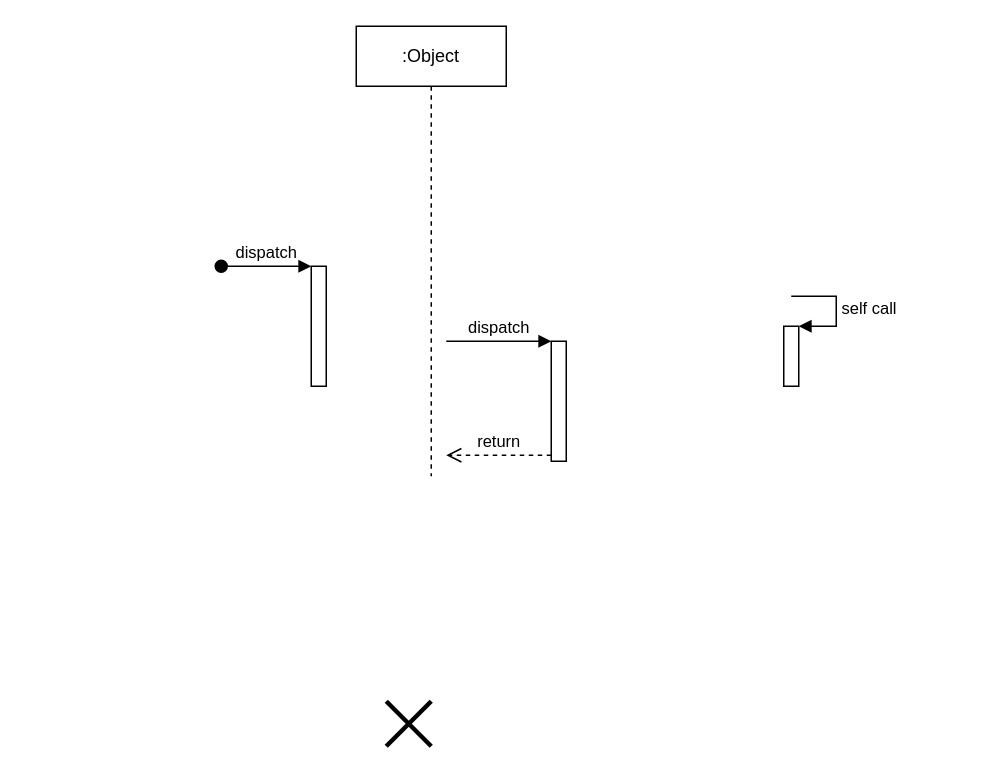
This is Diagrama de Sequência  - Atividade 04.drawio from bruniculos08/SOFT003, a draw.io file, before an edit. Source tidied: cells renumbered, new cells numbered last; positions are measured from the earlier drawing's top-left corner, leaving out a move shared by most shapes. Both pictures are drawn from the tidied source at 150%, with x=0, y=0 at pixel (220, 26).
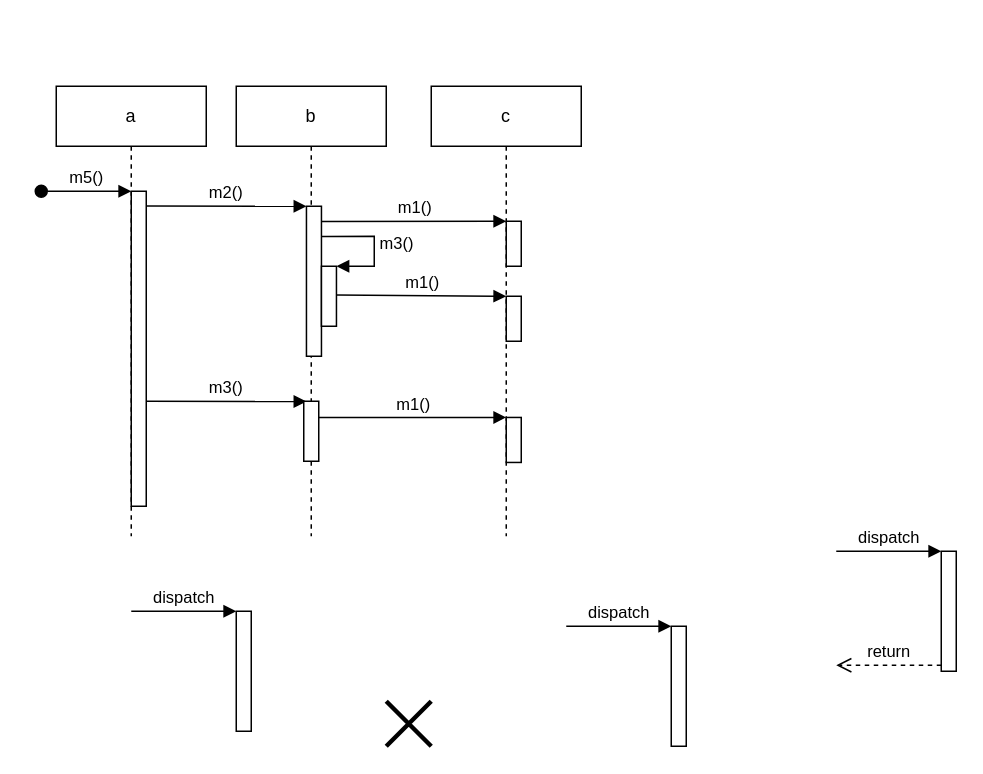
Above is the later version.

The edit, as a diff of the source:
```diff
@@
-    <mxCell id="2" style="html=1;points=[];perimeter=orthogonalPerimeter;" parent="1" vertex="1">
-      <mxGeometry x="60" y="160" width="10" height="80" as="geometry" />
-    </mxCell>
-    <mxCell id="3" value="dispatch" style="html=1;verticalAlign=bottom;startArrow=oval;endArrow=block;startSize=8;rounded=0;" parent="1" edge="1" target="2">
-      <mxGeometry relative="1" as="geometry">
-        <mxPoint y="160" as="sourcePoint" />
-      </mxGeometry>
-    </mxCell>
     <mxCell id="4" style="html=1;points=[];perimeter=orthogonalPerimeter;" parent="1" vertex="1">
-      <mxGeometry x="220" y="210" width="10" height="80" as="geometry" />
+      <mxGeometry x="480" y="350" width="10" height="80" as="geometry" />
     </mxCell>
     <mxCell id="5" value="dispatch" style="html=1;verticalAlign=bottom;endArrow=block;entryX=0;entryY=0;rounded=0;" parent="1" edge="1" target="4">
       <mxGeometry relative="1" as="geometry">
-        <mxPoint x="150" y="210" as="sourcePoint" />
+        <mxPoint x="410" y="350" as="sourcePoint" />
       </mxGeometry>
     </mxCell>
     <mxCell id="6" value="return" style="html=1;verticalAlign=bottom;endArrow=open;dashed=1;endSize=8;exitX=0;exitY=0.95;rounded=0;" parent="1" edge="1" source="4">
       <mxGeometry relative="1" as="geometry">
-        <mxPoint x="150" y="286" as="targetPoint" />
+        <mxPoint x="410" y="426" as="targetPoint" />
       </mxGeometry>
     </mxCell>
+    <mxCell id="9" style="shape=umlDestroy;whiteSpace=wrap;html=1;strokeWidth=3;" parent="1" vertex="1">
+      <mxGeometry x="110" y="450" width="30" height="30" as="geometry" />
+    </mxCell>
+    <mxCell id="10" value="a" style="shape=umlLifeline;perimeter=lifelinePerimeter;whiteSpace=wrap;html=1;" parent="1" vertex="1">
+      <mxGeometry x="-110" y="40" width="100" height="300" as="geometry" />
+    </mxCell>
+    <mxCell id="2" style="html=1;points=[];perimeter=orthogonalPerimeter;" parent="10" vertex="1">
+      <mxGeometry x="50" y="70" width="10" height="210" as="geometry" />
+    </mxCell>
+    <mxCell id="3" value="m5()" style="html=1;verticalAlign=bottom;startArrow=oval;endArrow=block;startSize=8;rounded=0;" parent="10" edge="1" target="2">
+      <mxGeometry relative="1" as="geometry">
+        <mxPoint x="-10" y="70" as="sourcePoint" />
+      </mxGeometry>
+    </mxCell>
+    <mxCell id="11" value="b" style="shape=umlLifeline;perimeter=lifelinePerimeter;whiteSpace=wrap;html=1;" parent="1" vertex="1">
+      <mxGeometry x="10" y="40" width="100" height="300" as="geometry" />
+    </mxCell>
+    <mxCell id="12" style="html=1;points=[];perimeter=orthogonalPerimeter;" parent="11" vertex="1">
+      <mxGeometry x="46.8" y="80" width="10" height="100" as="geometry" />
+    </mxCell>
-    <mxCell id="7" style="html=1;points=[];perimeter=orthogonalPerimeter;" parent="1" vertex="1">
-      <mxGeometry x="375" y="200" width="10" height="40" as="geometry" />
+    <mxCell id="7" style="html=1;points=[];perimeter=orthogonalPerimeter;" parent="11" vertex="1">
+      <mxGeometry x="56.8" y="120" width="10" height="40" as="geometry" />
     </mxCell>
-    <mxCell id="8" value="self call" style="edgeStyle=orthogonalEdgeStyle;html=1;align=left;spacingLeft=2;endArrow=block;rounded=0;entryX=1;entryY=0;" parent="1" edge="1" target="7">
+    <mxCell id="8" value="m3()" style="edgeStyle=orthogonalEdgeStyle;html=1;align=left;spacingLeft=2;endArrow=block;rounded=0;entryX=1;entryY=0;exitX=1.013;exitY=0.202;exitDx=0;exitDy=0;exitPerimeter=0;" parent="11" edge="1" source="12" target="7">
       <mxGeometry relative="1" as="geometry">
-        <mxPoint x="380" y="180" as="sourcePoint" />
         <Array as="points">
-          <mxPoint x="410" y="180" />
+          <mxPoint x="60" y="100" />
+          <mxPoint x="92" y="100" />
+          <mxPoint x="92" y="120" />
         </Array>
       </mxGeometry>
     </mxCell>
-    <mxCell id="9" style="shape=umlDestroy;whiteSpace=wrap;html=1;strokeWidth=3;" parent="1" vertex="1">
-      <mxGeometry x="110" y="450" width="30" height="30" as="geometry" />
-    </mxCell>
-    <mxCell id="10" value=":Object" style="shape=umlLifeline;perimeter=lifelinePerimeter;whiteSpace=wrap;html=1;" parent="1" vertex="1">
-      <mxGeometry x="90" width="100" height="300" as="geometry" />
-    </mxCell>
+    <mxCell id="13" value="m3()" style="html=1;verticalAlign=bottom;endArrow=block;entryX=0;entryY=0;rounded=0;exitX=1.32;exitY=-0.003;exitDx=0;exitDy=0;exitPerimeter=0;" parent="11" edge="1">
+      <mxGeometry relative="1" as="geometry">
+        <mxPoint x="-60" y="210" as="sourcePoint" />
+        <mxPoint x="46.8" y="210.2" as="targetPoint" />
+      </mxGeometry>
+    </mxCell>
+    <mxCell id="14" style="html=1;points=[];perimeter=orthogonalPerimeter;" parent="11" vertex="1">
+      <mxGeometry x="45" y="210" width="10" height="40" as="geometry" />
+    </mxCell>
+    <mxCell id="15" value="c" style="shape=umlLifeline;perimeter=lifelinePerimeter;whiteSpace=wrap;html=1;" parent="1" vertex="1">
+      <mxGeometry x="140" y="40" width="100" height="300" as="geometry" />
+    </mxCell>
+    <mxCell id="16" style="html=1;points=[];perimeter=orthogonalPerimeter;" parent="15" vertex="1">
+      <mxGeometry x="50" y="90" width="10" height="30" as="geometry" />
+    </mxCell>
+    <mxCell id="17" style="html=1;points=[];perimeter=orthogonalPerimeter;" parent="15" vertex="1">
+      <mxGeometry x="50" y="140" width="10" height="30" as="geometry" />
+    </mxCell>
+    <mxCell id="18" style="html=1;points=[];perimeter=orthogonalPerimeter;" parent="15" vertex="1">
+      <mxGeometry x="50" y="220.8" width="10" height="30" as="geometry" />
+    </mxCell>
+    <mxCell id="19" style="html=1;points=[];perimeter=orthogonalPerimeter;" parent="1" vertex="1">
+      <mxGeometry x="300" y="400" width="10" height="80" as="geometry" />
+    </mxCell>
+    <mxCell id="20" value="dispatch" style="html=1;verticalAlign=bottom;endArrow=block;entryX=0;entryY=0;rounded=0;" parent="1" edge="1" target="19">
+      <mxGeometry relative="1" as="geometry">
+        <mxPoint x="230" y="400" as="sourcePoint" />
+      </mxGeometry>
+    </mxCell>
+    <mxCell id="21" value="m2()" style="html=1;verticalAlign=bottom;endArrow=block;entryX=0;entryY=0;rounded=0;exitX=1.32;exitY=-0.003;exitDx=0;exitDy=0;exitPerimeter=0;" parent="1" edge="1" target="12">
+      <mxGeometry relative="1" as="geometry">
+        <mxPoint x="-50" y="119.8" as="sourcePoint" />
+      </mxGeometry>
+    </mxCell>
+    <mxCell id="22" value="m1()" style="html=1;verticalAlign=bottom;endArrow=block;entryX=0;entryY=0;rounded=0;exitX=1.001;exitY=0.102;exitDx=0;exitDy=0;exitPerimeter=0;" parent="1" edge="1" source="12" target="16">
+      <mxGeometry relative="1" as="geometry" />
+    </mxCell>
+    <mxCell id="23" style="html=1;points=[];perimeter=orthogonalPerimeter;" parent="1" vertex="1">
+      <mxGeometry x="10" y="390" width="10" height="80" as="geometry" />
+    </mxCell>
+    <mxCell id="24" value="dispatch" style="html=1;verticalAlign=bottom;endArrow=block;entryX=0;entryY=0;rounded=0;" parent="1" edge="1" target="23">
+      <mxGeometry relative="1" as="geometry">
+        <mxPoint x="-60" y="390" as="sourcePoint" />
+      </mxGeometry>
+    </mxCell>
+    <mxCell id="25" value="m1()" style="html=1;verticalAlign=bottom;endArrow=block;entryX=0;entryY=0;rounded=0;exitX=0.982;exitY=0.479;exitDx=0;exitDy=0;exitPerimeter=0;" parent="1" edge="1" source="7" target="17">
+      <mxGeometry relative="1" as="geometry" />
+    </mxCell>
+    <mxCell id="26" value="m1()" style="html=1;verticalAlign=bottom;endArrow=block;entryX=0;entryY=0;rounded=0;" parent="1" edge="1" source="14" target="18">
+      <mxGeometry relative="1" as="geometry" />
+    </mxCell>
```
